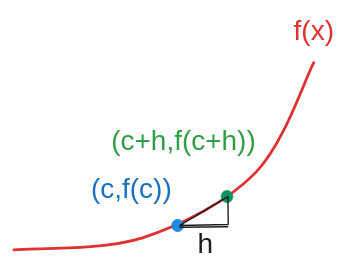
The Excalidraw diagram content/assets/guide to differentiation 2024-11-21 18.43.25.excalidraw.svg in starlitriver/starlitriver.github.io, before a commit. Source tidied: one line per element, renumbered; positions are measured from the earlier drawing's top-left corner, leaving out a move shared by most shapes.
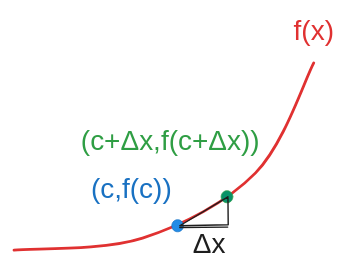
Above is the later version.

The edit, as a diff of the source:
```diff
@@ -3,7 +3,7 @@
 {"id": 2, "type": "ellipse", "strokeColor": "#1971c2", "backgroundColor": "#228be6", "fillStyle": "solid", "strokeWidth": 0.5, "roughness": 0, "round": true, "x": 113, "y": 147, "width": 8, "height": 9}
 {"id": 3, "type": "text", "text": "(c,f(c))", "strokeColor": "#1971c2", "strokeWidth": 1, "roughness": 0, "fontSize": 20, "fontFamily": 2, "x": 55, "y": 113, "width": 58, "height": 23}
 {"id": 4, "type": "ellipse", "strokeColor": "#2f9e44", "backgroundColor": "#099268", "fillStyle": "solid", "strokeWidth": 0.5, "roughness": 0, "round": true, "x": 148, "y": 126, "width": 8, "height": 9}
-{"id": 5, "type": "text", "text": "(c+h,f(c+h))", "strokeColor": "#2f9e44", "strokeWidth": 1, "roughness": 0, "fontSize": 20, "fontFamily": 2, "x": 69, "y": 79, "width": 103, "height": 23}
+{"id": 5, "type": "text", "text": "(c+Δx,f(c+Δx))", "strokeColor": "#2f9e44", "strokeWidth": 1, "roughness": 0, "fontSize": 20, "fontFamily": 2, "x": 48, "y": 79, "width": 130, "height": 23}
 {"id": 6, "type": "line", "strokeColor": "#1e1e1e", "strokeWidth": 1, "roughness": 0, "x": 153, "y": 130, "width": 35, "height": 21, "points": [[0, 0], [-34, 21], [0, 20], [0, 0]]}
-{"id": 7, "type": "text", "text": "h", "strokeColor": "#1e1e1e", "strokeWidth": 1, "roughness": 0, "fontSize": 20, "fontFamily": 2, "x": 131, "y": 152, "width": 11, "height": 23}
+{"id": 7, "type": "text", "text": "Δx", "strokeColor": "#1e1e1e", "strokeWidth": 1, "roughness": 0, "fontSize": 20, "fontFamily": 2, "x": 128, "y": 152, "width": 24, "height": 23}
 {"id": 8, "type": "line", "strokeColor": "#1e1e1e", "strokeWidth": 1, "roughness": 0, "x": 118, "y": 152, "width": 34, "height": 0, "points": [[0, 0], [34, 0]]}
```
